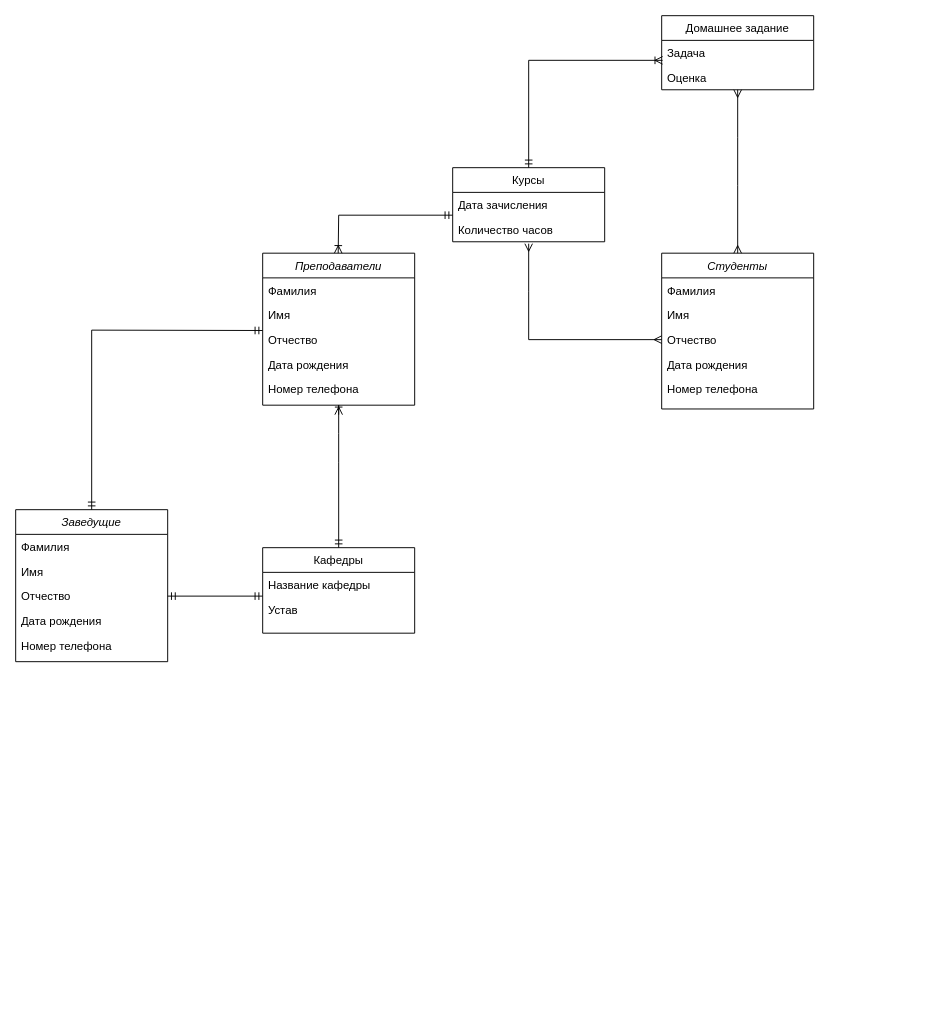
The draw.io diagram page "Задание-3" (3 of 3) of 14-er/homework-14/homework_14.drawio in alexanderniewmierzycki/da-homeworks-nevmerzhitskii, before the edit. Source tidied: cells renumbered, new cells numbered last; positions are measured from the earlier drawing's top-left corner, leaving out a move shared by most shapes. Both pictures are drawn from the tidied source at 95%, with x=0, y=0 at pixel (15, 15).
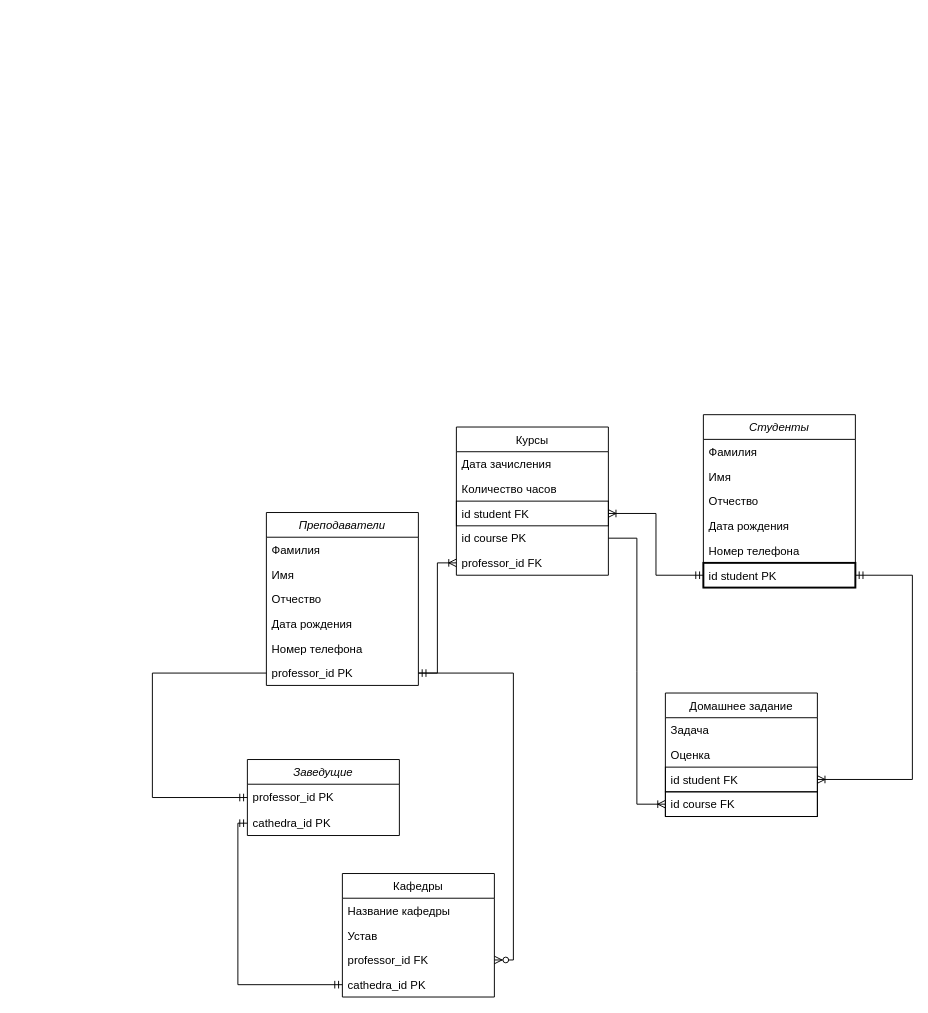
After the change.

The change refers to these unchanged cells:
```xml
<mxCell id="12" value="Дата зачисления" style="text;align=left;verticalAlign=top;spacingLeft=4;spacingRight=4;overflow=hidden;points=[[0,0.5],[1,0.5]];portConstraint=eastwest;" parent="11" vertex="1">
  <mxGeometry y="26" width="160" height="26" as="geometry" />
</mxCell>
<mxCell id="17" value="Отчество" style="text;align=left;verticalAlign=top;spacingLeft=4;spacingRight=4;overflow=hidden;points=[[0,0.5],[1,0.5]];portConstraint=eastwest;rounded=0;shadow=0;html=0;" parent="14" vertex="1">
  <mxGeometry y="78" width="160" height="26" as="geometry" />
</mxCell>
<mxCell id="25" value="Оценка" style="text;align=left;verticalAlign=top;spacingLeft=4;spacingRight=4;overflow=hidden;points=[[0,0.5],[1,0.5]];portConstraint=eastwest;" parent="23" vertex="1">
  <mxGeometry y="52" width="160" height="26" as="geometry" />
</mxCell>
```

Diff of the diagram source:
```diff
@@
     <mxCell id="2" value="Преподаватели" style="swimlane;fontStyle=2;align=center;verticalAlign=top;horizontal=1;startSize=26;rounded=0;shadow=0;strokeWidth=1;" parent="1" vertex="1">
-      <mxGeometry x="260" y="250" width="160" height="160" as="geometry" />
+      <mxGeometry x="263.9" y="523" width="160" height="182" as="geometry" />
     </mxCell>
@@
+    <mxCell id="36" value="professor_id PK" style="text;align=left;verticalAlign=top;spacingLeft=4;spacingRight=4;overflow=hidden;points=[[0,0.5],[1,0.5]];portConstraint=eastwest;" parent="2" vertex="1">
+      <mxGeometry y="156" width="160" height="26" as="geometry" />
+    </mxCell>
     <mxCell id="8" value="Кафедры" style="swimlane;fontStyle=0;align=center;verticalAlign=top;horizontal=1;startSize=26;rounded=0;shadow=0;strokeWidth=1;" parent="1" vertex="1">
-      <mxGeometry x="260" y="560" width="160" height="90" as="geometry" />
+      <mxGeometry x="343.9" y="903" width="160" height="130" as="geometry" />
     </mxCell>
@@
+    <mxCell id="37" value="professor_id FK" style="text;align=left;verticalAlign=top;spacingLeft=4;spacingRight=4;overflow=hidden;points=[[0,0.5],[1,0.5]];portConstraint=eastwest;rounded=0;shadow=0;html=0;" parent="8" vertex="1">
+      <mxGeometry y="78" width="160" height="26" as="geometry" />
+    </mxCell>
+    <mxCell id="38" value="cathedra_id PK" style="text;align=left;verticalAlign=top;spacingLeft=4;spacingRight=4;overflow=hidden;points=[[0,0.5],[1,0.5]];portConstraint=eastwest;rounded=0;shadow=0;html=0;" parent="8" vertex="1">
+      <mxGeometry y="104" width="160" height="26" as="geometry" />
+    </mxCell>
     <mxCell id="11" value="Курсы" style="swimlane;fontStyle=0;align=center;verticalAlign=top;horizontal=1;startSize=26;rounded=0;shadow=0;strokeWidth=1;" parent="1" vertex="1">
-      <mxGeometry x="460" y="160" width="160" height="78" as="geometry" />
+      <mxGeometry x="463.9" y="433" width="160" height="156" as="geometry" />
     </mxCell>
@@
+    <mxCell id="39" value="id student FK" style="text;align=left;verticalAlign=top;spacingLeft=4;spacingRight=4;overflow=hidden;points=[[0,0.5],[1,0.5]];portConstraint=eastwest;strokeColor=default;" parent="11" vertex="1">
+      <mxGeometry y="78" width="160" height="26" as="geometry" />
+    </mxCell>
+    <mxCell id="40" value="id course PK" style="text;align=left;verticalAlign=top;spacingLeft=4;spacingRight=4;overflow=hidden;points=[[0,0.5],[1,0.5]];portConstraint=eastwest;" parent="11" vertex="1">
+      <mxGeometry y="104" width="160" height="26" as="geometry" />
+    </mxCell>
+    <mxCell id="41" value="professor_id FK" style="text;align=left;verticalAlign=top;spacingLeft=4;spacingRight=4;overflow=hidden;points=[[0,0.5],[1,0.5]];portConstraint=eastwest;" parent="11" vertex="1">
+      <mxGeometry y="130" width="160" height="26" as="geometry" />
+    </mxCell>
     <mxCell id="14" value="Студенты" style="swimlane;fontStyle=2;align=center;verticalAlign=top;horizontal=1;startSize=26;rounded=0;shadow=0;strokeWidth=1;" parent="1" vertex="1">
-      <mxGeometry x="680" y="250" width="160" height="164" as="geometry" />
+      <mxGeometry x="723.9" y="420" width="160" height="182" as="geometry" />
     </mxCell>
@@
-    <mxCell id="20" style="fontSize=12;html=1;endArrow=ERoneToMany;startArrow=ERmandOne;rounded=0;" parent="1" edge="1">
-      <mxGeometry relative="1" as="geometry">
-        <mxPoint x="340" y="560" as="sourcePoint" />
-        <mxPoint x="340" y="420" as="targetPoint" />
-        <Array as="points">
-          <mxPoint x="340" y="470" />
-          <mxPoint x="340" y="440" />
-          <mxPoint x="340" y="410" />
-        </Array>
-      </mxGeometry>
-    </mxCell>
+    <mxCell id="42" value="id student PK" style="text;align=left;verticalAlign=top;spacingLeft=4;spacingRight=4;overflow=hidden;points=[[0,0.5],[1,0.5]];portConstraint=eastwest;strokeWidth=2;strokeColor=default;" parent="14" vertex="1">
+      <mxGeometry y="156" width="160" height="26" as="geometry" />
+    </mxCell>
-    <mxCell id="21" style="fontSize=12;html=1;endArrow=ERoneToMany;startArrow=ERmandOne;rounded=0;exitX=0;exitY=0.923;exitDx=0;exitDy=0;entryX=0.5;entryY=0;entryDx=0;entryDy=0;exitPerimeter=0;" parent="1" edge="1" source="12">
-      <mxGeometry relative="1" as="geometry">
-        <mxPoint x="339.5" y="250" as="targetPoint" />
-        <Array as="points">
-          <mxPoint x="340" y="210" />
-        </Array>
-      </mxGeometry>
+    <mxCell id="21" style="fontSize=12;html=1;endArrow=ERoneToMany;startArrow=ERmandOne;rounded=0;exitX=1;exitY=0.5;exitDx=0;exitDy=0;entryX=0;entryY=0.5;entryDx=0;entryDy=0;edgeStyle=orthogonalEdgeStyle;" parent="1" edge="1" source="36" target="41">
+      <mxGeometry relative="1" as="geometry" />
     </mxCell>
-    <mxCell id="22" style="fontSize=12;html=1;endArrow=ERmany;startArrow=ERmany;rounded=0;entryX=0;entryY=0.5;entryDx=0;entryDy=0;" parent="1" edge="1" target="17">
-      <mxGeometry relative="1" as="geometry">
-        <mxPoint x="540" y="240" as="sourcePoint" />
-        <Array as="points">
-          <mxPoint x="540" y="290" />
-          <mxPoint x="540" y="341" />
-        </Array>
-      </mxGeometry>
-    </mxCell>
     <mxCell id="23" value="Домашнее задание" style="swimlane;fontStyle=0;align=center;verticalAlign=top;horizontal=1;startSize=26;rounded=0;shadow=0;strokeWidth=1;" parent="1" vertex="1">
-      <mxGeometry x="680" width="160" height="78" as="geometry" />
+      <mxGeometry x="683.9" y="713" width="160" height="130" as="geometry" />
     </mxCell>
@@
-    <mxCell id="26" style="fontSize=12;html=1;endArrow=ERoneToMany;startArrow=ERmandOne;rounded=0;exitX=0.5;exitY=0;exitDx=0;exitDy=0;entryX=0.006;entryY=-0.192;entryDx=0;entryDy=0;entryPerimeter=0;" parent="1" edge="1" source="11" target="25">
-      <mxGeometry relative="1" as="geometry">
-        <Array as="points">
-          <mxPoint x="540" y="47" />
-        </Array>
-      </mxGeometry>
-    </mxCell>
-    <mxCell id="27" style="fontSize=12;html=1;endArrow=ERmany;startArrow=ERmany;rounded=0;entryX=0.5;entryY=0;entryDx=0;entryDy=0;" parent="1" edge="1" target="14">
-      <mxGeometry relative="1" as="geometry">
-        <mxPoint x="760" y="78" as="sourcePoint" />
-        <Array as="points">
-          <mxPoint x="760" y="128" />
-          <mxPoint x="760" y="179" />
-        </Array>
-      </mxGeometry>
-    </mxCell>
+    <mxCell id="43" value="id student FK" style="text;align=left;verticalAlign=top;spacingLeft=4;spacingRight=4;overflow=hidden;points=[[0,0.5],[1,0.5]];portConstraint=eastwest;strokeColor=default;" parent="23" vertex="1">
+      <mxGeometry y="78" width="160" height="26" as="geometry" />
+    </mxCell>
+    <mxCell id="44" value="id course FK" style="text;align=left;verticalAlign=top;spacingLeft=4;spacingRight=4;overflow=hidden;points=[[0,0.5],[1,0.5]];portConstraint=eastwest;strokeColor=default;" parent="23" vertex="1">
+      <mxGeometry y="104" width="160" height="26" as="geometry" />
+    </mxCell>
     <mxCell id="28" value="Заведущие" style="swimlane;fontStyle=2;align=center;verticalAlign=top;horizontal=1;startSize=26;rounded=0;shadow=0;strokeWidth=1;" parent="1" vertex="1">
-      <mxGeometry y="520" width="160" height="160" as="geometry" />
+      <mxGeometry x="243.9" y="783" width="160" height="80" as="geometry" />
     </mxCell>
-    <mxCell id="29" value="Фамилия" style="text;align=left;verticalAlign=top;spacingLeft=4;spacingRight=4;overflow=hidden;" parent="28" vertex="1">
-      <mxGeometry y="26" width="160" height="26" as="geometry" />
-    </mxCell>
-    <mxCell id="30" value="Имя" style="text;align=left;verticalAlign=top;spacingLeft=4;spacingRight=4;overflow=hidden;rounded=0;shadow=0;html=0;" parent="28" vertex="1">
-      <mxGeometry y="52" width="160" height="26" as="geometry" />
-    </mxCell>
-    <mxCell id="31" value="Отчество" style="text;align=left;verticalAlign=top;spacingLeft=4;spacingRight=4;overflow=hidden;points=[[0,0.5],[1,0.5]];portConstraint=eastwest;rounded=0;shadow=0;html=0;" parent="28" vertex="1">
-      <mxGeometry y="78" width="160" height="26" as="geometry" />
-    </mxCell>
-    <mxCell id="32" value="Дата рождения" style="text;align=left;verticalAlign=top;spacingLeft=4;spacingRight=4;overflow=hidden;" parent="28" vertex="1">
-      <mxGeometry y="104" width="160" height="26" as="geometry" />
-    </mxCell>
-    <mxCell id="33" value="Номер телефона" style="text;align=left;verticalAlign=top;spacingLeft=4;spacingRight=4;overflow=hidden;" parent="28" vertex="1">
-      <mxGeometry y="130" width="160" height="26" as="geometry" />
-    </mxCell>
-    <mxCell id="34" style="fontSize=12;html=1;endArrow=ERmandOne;startArrow=ERmandOne;rounded=0;exitX=1;exitY=0.5;exitDx=0;exitDy=0;" parent="1" edge="1" source="31">
-      <mxGeometry relative="1" as="geometry">
-        <mxPoint x="260" y="611" as="targetPoint" />
-      </mxGeometry>
-    </mxCell>
-    <mxCell id="35" style="fontSize=12;html=1;endArrow=ERmandOne;startArrow=ERmandOne;rounded=0;exitX=0.5;exitY=0;exitDx=0;exitDy=0;" parent="1" edge="1" source="28">
-      <mxGeometry relative="1" as="geometry">
-        <mxPoint x="260" y="331.4" as="targetPoint" />
-        <Array as="points">
-          <mxPoint x="80" y="331" />
-        </Array>
-      </mxGeometry>
-    </mxCell>
+    <mxCell id="45" value="professor_id PK" style="text;align=left;verticalAlign=top;spacingLeft=4;spacingRight=4;overflow=hidden;points=[[0,0.5],[1,0.5]];portConstraint=eastwest;" parent="28" vertex="1">
+      <mxGeometry y="26" width="160" height="28" as="geometry" />
+    </mxCell>
+    <mxCell id="46" value="cathedra_id PK" style="text;align=left;verticalAlign=top;spacingLeft=4;spacingRight=4;overflow=hidden;points=[[0,0.5],[1,0.5]];portConstraint=eastwest;" parent="28" vertex="1">
+      <mxGeometry y="54" width="160" height="26" as="geometry" />
+    </mxCell>
+    <mxCell id="47" style="fontSize=12;html=1;endArrow=ERoneToMany;startArrow=ERmandOne;rounded=0;exitX=0;exitY=0.5;exitDx=0;exitDy=0;entryX=1;entryY=0.5;entryDx=0;entryDy=0;edgeStyle=elbowEdgeStyle;" parent="1" edge="1" source="42" target="39">
+      <mxGeometry relative="1" as="geometry" />
+    </mxCell>
+    <mxCell id="48" style="edgeStyle=entityRelationEdgeStyle;fontSize=12;html=1;endArrow=ERoneToMany;rounded=0;entryX=0;entryY=0.5;entryDx=0;entryDy=0;exitX=1;exitY=0.5;exitDx=0;exitDy=0;" parent="1" edge="1" source="40" target="44">
+      <mxGeometry relative="1" as="geometry" />
+    </mxCell>
+    <mxCell id="49" style="fontSize=12;html=1;endArrow=ERoneToMany;startArrow=ERmandOne;rounded=0;exitX=1;exitY=0.5;exitDx=0;exitDy=0;entryX=1;entryY=0.5;entryDx=0;entryDy=0;edgeStyle=elbowEdgeStyle;" parent="1" edge="1" source="42" target="43">
+      <mxGeometry relative="1" as="geometry">
+        <Array as="points">
+          <mxPoint x="943.9" y="693" />
+          <mxPoint x="933.9" y="713" />
+        </Array>
+      </mxGeometry>
+    </mxCell>
+    <mxCell id="50" style="edgeStyle=elbowEdgeStyle;fontSize=12;html=1;endArrow=ERzeroToMany;endFill=1;rounded=0;entryX=1;entryY=0.5;entryDx=0;entryDy=0;exitX=1;exitY=0.5;exitDx=0;exitDy=0;" parent="1" edge="1" source="36" target="37">
+      <mxGeometry relative="1" as="geometry">
+        <Array as="points">
+          <mxPoint x="523.9" y="853" />
+          <mxPoint x="366.3" y="861.9" />
+        </Array>
+      </mxGeometry>
+    </mxCell>
+    <mxCell id="51" style="edgeStyle=orthogonalEdgeStyle;fontSize=12;html=1;endArrow=ERmandOne;rounded=0;entryX=0;entryY=0.5;entryDx=0;entryDy=0;exitX=0;exitY=0.5;exitDx=0;exitDy=0;" parent="1" edge="1" source="36" target="45">
+      <mxGeometry relative="1" as="geometry">
+        <Array as="points">
+          <mxPoint x="143.9" y="692" />
+          <mxPoint x="143.9" y="823" />
+        </Array>
+      </mxGeometry>
+    </mxCell>
+    <mxCell id="52" style="edgeStyle=orthogonalEdgeStyle;fontSize=12;html=1;endArrow=ERmandOne;startArrow=ERmandOne;rounded=0;entryX=0;entryY=0.5;entryDx=0;entryDy=0;exitX=0;exitY=0.5;exitDx=0;exitDy=0;" parent="1" edge="1" source="38" target="46">
+      <mxGeometry relative="1" as="geometry" />
+    </mxCell>
```
